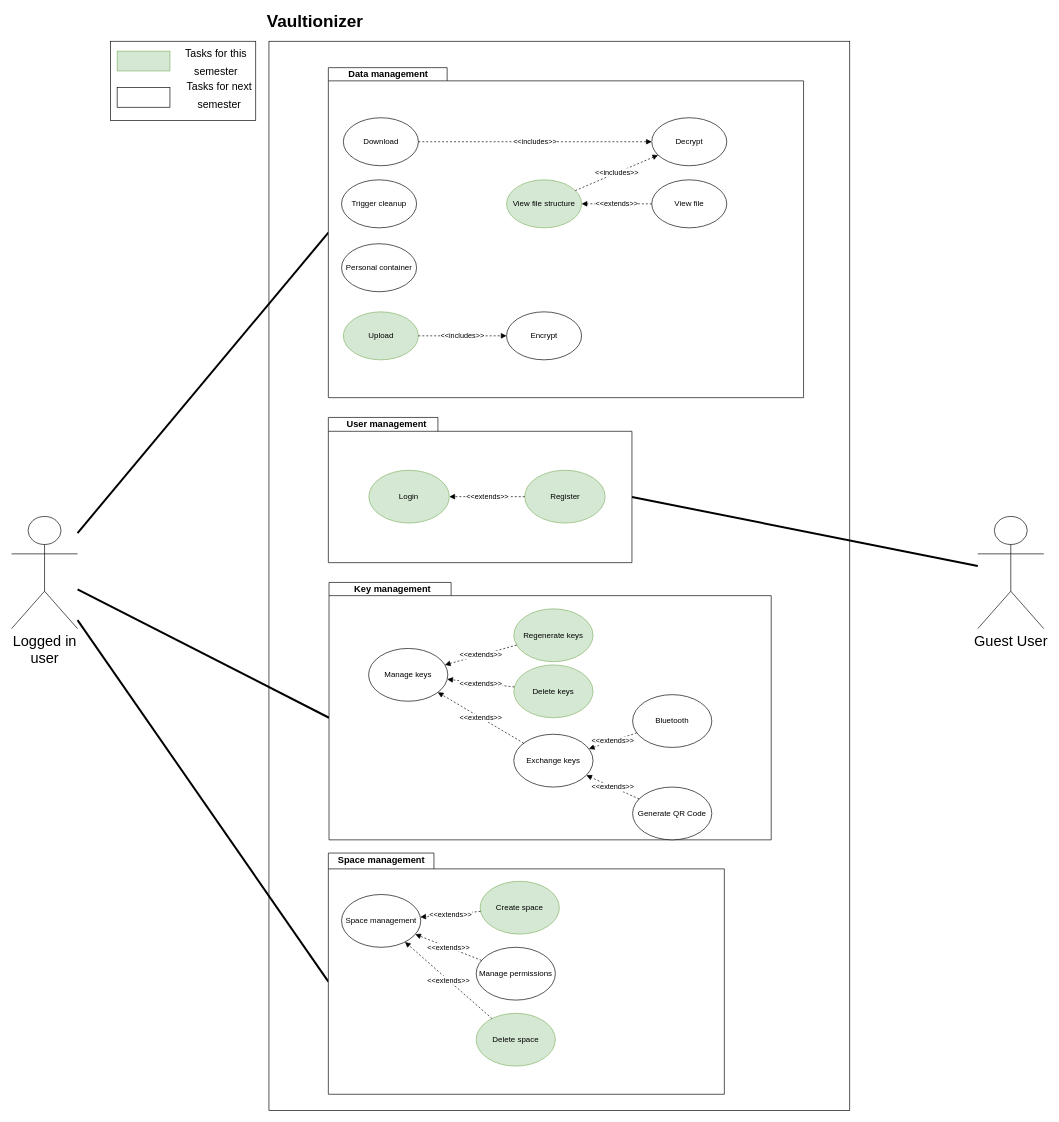
Earlier version of the draw.io diagram img/use_cases/overall_use_case.drawio (Vaultionizer/vault-docs). Source tidied: cells renumbered, new cells numbered last; positions are measured from the earlier drawing's top-left corner, leaving out a move shared by most shapes. Both pictures are drawn from the tidied source at 66%, with x=0, y=0 at pixel (11, 15).
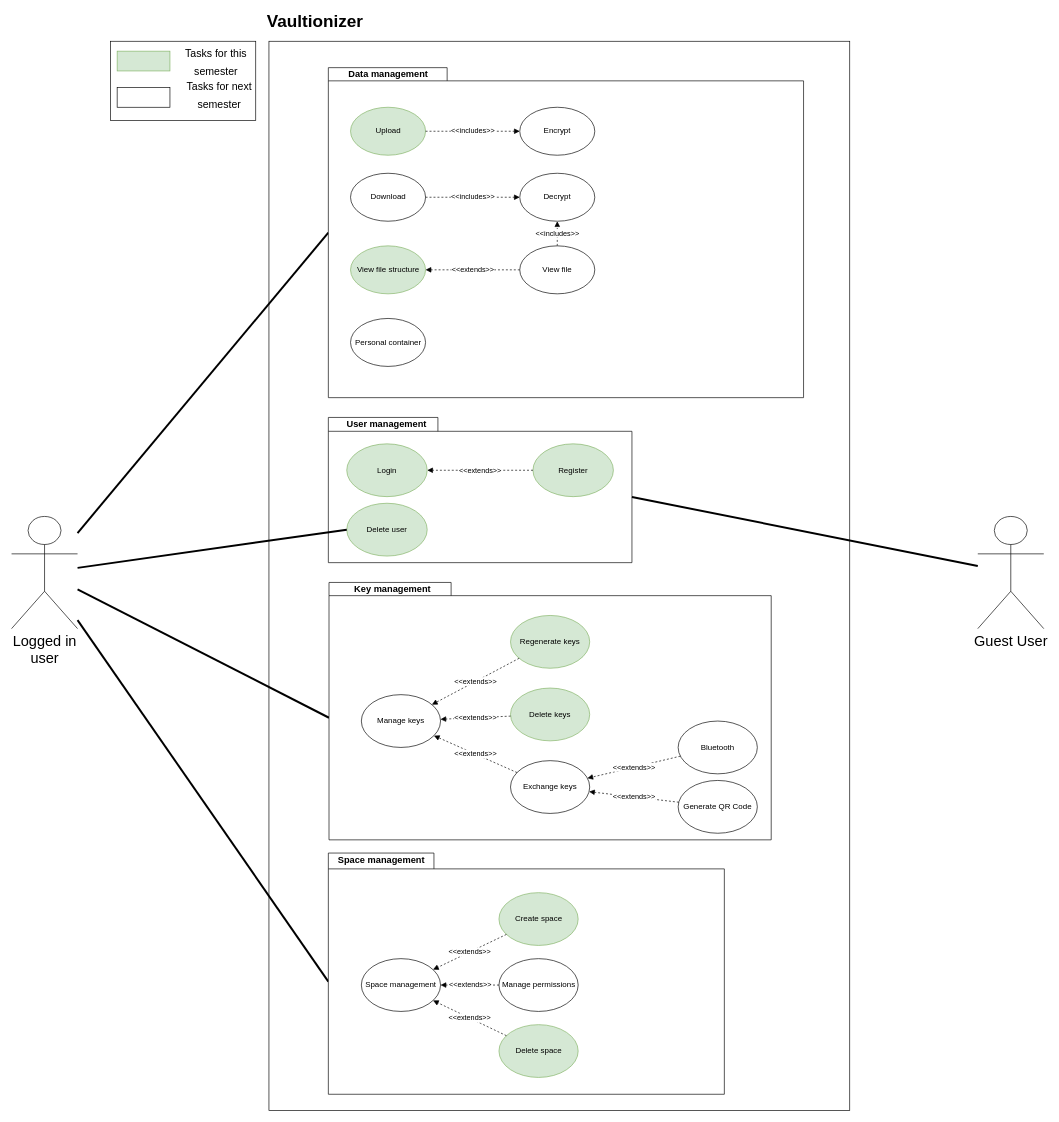
After the change.

Unchanged cells that the change refers to:
```xml
<mxCell id="6" value="&lt;div&gt;Logged in &lt;br&gt;&lt;/div&gt;&lt;div&gt;user&lt;/div&gt;" style="shape=umlActor;verticalLabelPosition=bottom;verticalAlign=top;html=1;outlineConnect=0;fontSize=22;" parent="1" vertex="1">
  <mxGeometry y="760" width="100" height="170" as="geometry" />
</mxCell>
<mxCell id="9" style="group;" parent="7" vertex="1">
  <mxGeometry x="10" y="-10" width="600" height="365.5" as="geometry" />
</mxCell>
<mxCell id="20" style="group;" parent="1" vertex="1">
  <mxGeometry x="481" y="860" width="670" height="390" as="geometry" />
</mxCell>
<mxCell id="34" style="group;" parent="1" vertex="1">
  <mxGeometry x="480" y="610" width="460" height="220" as="geometry" />
</mxCell>
<mxCell id="40" style="group;" parent="1" vertex="1">
  <mxGeometry x="480" y="80" width="720" height="500" as="geometry" />
</mxCell>
```

Diff of the diagram source:
```diff
@@
     <mxCell id="11" value="Space management" style="ellipse;whiteSpace=wrap;html=1;" parent="9" vertex="1">
-      <mxGeometry x="20" y="62.8" width="120" height="80" as="geometry" />
+      <mxGeometry x="50" y="160" width="120" height="80" as="geometry" />
     </mxCell>
     <mxCell id="12" value="Create space" style="ellipse;whiteSpace=wrap;html=1;fillColor=#d5e8d4;strokeColor=#82b366;" parent="9" vertex="1">
-      <mxGeometry x="230" y="42.8" width="120" height="80" as="geometry" />
+      <mxGeometry x="258.5" y="60" width="120" height="80" as="geometry" />
     </mxCell>
@@
     <mxCell id="14" value="Manage permissions" style="ellipse;whiteSpace=wrap;html=1;" parent="9" vertex="1">
-      <mxGeometry x="224" y="142.8" width="120" height="80" as="geometry" />
+      <mxGeometry x="258.5" y="160" width="120" height="80" as="geometry" />
     </mxCell>
     <mxCell id="15" value="Delete space" style="ellipse;whiteSpace=wrap;html=1;fillColor=#d5e8d4;strokeColor=#82b366;" parent="9" vertex="1">
-      <mxGeometry x="224" y="242.8" width="120" height="80" as="geometry" />
+      <mxGeometry x="258.5" y="260" width="120" height="80" as="geometry" />
     </mxCell>
@@
     <mxCell id="22" value="Manage keys" style="ellipse;whiteSpace=wrap;html=1;" parent="20" vertex="1">
-      <mxGeometry x="60" y="100" width="120" height="80" as="geometry" />
+      <mxGeometry x="49" y="170" width="120" height="80" as="geometry" />
     </mxCell>
     <mxCell id="23" value="Regenerate keys" style="ellipse;whiteSpace=wrap;html=1;fillColor=#d5e8d4;strokeColor=#82b366;" parent="20" vertex="1">
-      <mxGeometry x="280" y="40" width="120" height="80" as="geometry" />
+      <mxGeometry x="275" y="50" width="120" height="80" as="geometry" />
     </mxCell>
     <mxCell id="24" value="Delete keys" style="ellipse;whiteSpace=wrap;html=1;fillColor=#d5e8d4;strokeColor=#82b366;" parent="20" vertex="1">
-      <mxGeometry x="280" y="125" width="120" height="80" as="geometry" />
+      <mxGeometry x="275" y="160" width="120" height="80" as="geometry" />
     </mxCell>
@@
     <mxCell id="27" value="Exchange keys" style="ellipse;whiteSpace=wrap;html=1;" parent="20" vertex="1">
-      <mxGeometry x="280" y="230" width="120" height="80" as="geometry" />
+      <mxGeometry x="275" y="270" width="120" height="80" as="geometry" />
     </mxCell>
     <mxCell id="28" value="Bluetooth" style="ellipse;whiteSpace=wrap;html=1;" parent="20" vertex="1">
-      <mxGeometry x="460" y="170" width="120" height="80" as="geometry" />
+      <mxGeometry x="529" y="210" width="120" height="80" as="geometry" />
     </mxCell>
     <mxCell id="29" value="Generate QR Code" style="ellipse;whiteSpace=wrap;html=1;" parent="20" vertex="1">
-      <mxGeometry x="460" y="310" width="120" height="80" as="geometry" />
+      <mxGeometry x="529" y="300" width="120" height="80" as="geometry" />
     </mxCell>
@@
     <mxCell id="36" value="Login" style="ellipse;whiteSpace=wrap;html=1;fillColor=#d5e8d4;strokeColor=#82b366;" parent="34" vertex="1">
-      <mxGeometry x="61.4" y="80" width="121.9" height="80" as="geometry" />
+      <mxGeometry x="27.9" y="40" width="121.9" height="80" as="geometry" />
     </mxCell>
     <mxCell id="37" value="Register" style="ellipse;whiteSpace=wrap;html=1;fillColor=#d5e8d4;strokeColor=#82b366;" parent="34" vertex="1">
-      <mxGeometry x="297.5" y="80" width="121.9" height="80" as="geometry" />
+      <mxGeometry x="310" y="40" width="121.9" height="80" as="geometry" />
     </mxCell>
@@
+    <mxCell id="65" value="Delete user" style="ellipse;whiteSpace=wrap;html=1;fillColor=#d5e8d4;strokeColor=#82b366;" parent="34" vertex="1">
+      <mxGeometry x="27.9" y="130" width="121.9" height="80" as="geometry" />
+    </mxCell>
@@
     <mxCell id="42" value="Upload" style="ellipse;whiteSpace=wrap;html=1;fillColor=#d5e8d4;strokeColor=#82b366;" parent="40" vertex="1">
-      <mxGeometry x="22.7" y="370" width="113.7" height="72.7" as="geometry" />
+      <mxGeometry x="33.6" y="60" width="113.7" height="72.7" as="geometry" />
     </mxCell>
     <mxCell id="43" value="Encrypt " style="ellipse;whiteSpace=wrap;html=1;" parent="40" vertex="1">
-      <mxGeometry x="270" y="370" width="113.7" height="72.7" as="geometry" />
+      <mxGeometry x="290" y="60" width="113.7" height="72.7" as="geometry" />
     </mxCell>
@@
     <mxCell id="45" value="&lt;div&gt;Download&lt;br&gt;&lt;/div&gt;" style="ellipse;whiteSpace=wrap;html=1;" parent="40" vertex="1">
-      <mxGeometry x="22.7" y="75.9" width="113.7" height="72.7" as="geometry" />
+      <mxGeometry x="33.6" y="160" width="113.7" height="72.7" as="geometry" />
     </mxCell>
     <mxCell id="46" value="Decrypt" style="ellipse;whiteSpace=wrap;html=1;" parent="40" vertex="1">
-      <mxGeometry x="490" y="75.9" width="113.7" height="72.7" as="geometry" />
+      <mxGeometry x="290" y="160" width="113.7" height="72.7" as="geometry" />
     </mxCell>
     <mxCell id="47" value="Personal container" style="ellipse;whiteSpace=wrap;html=1;" parent="40" vertex="1">
-      <mxGeometry x="20" y="266.8" width="113.7" height="72.7" as="geometry" />
+      <mxGeometry x="33.6" y="380" width="113.7" height="72.7" as="geometry" />
     </mxCell>
@@
     <mxCell id="49" value="View file structure" style="ellipse;whiteSpace=wrap;html=1;fillColor=#d5e8d4;strokeColor=#82b366;" parent="40" vertex="1">
-      <mxGeometry x="270" y="170" width="113.7" height="72.7" as="geometry" />
+      <mxGeometry x="33.6" y="270" width="113.7" height="72.7" as="geometry" />
     </mxCell>
-    <mxCell id="50" value="&amp;lt;&amp;lt;includes&amp;gt;&amp;gt;" style="edgeStyle=none;rounded=0;jettySize=auto;html=1;dashed=1;endArrow=block;endFill=1;" parent="40" edge="1" source="49" target="46">
+    <mxCell id="50" value="&amp;lt;&amp;lt;includes&amp;gt;&amp;gt;" style="edgeStyle=none;rounded=0;jettySize=auto;html=1;dashed=1;endArrow=block;endFill=1;" parent="40" edge="1" source="54" target="46">
       <mxGeometry x="9.5" as="geometry" />
     </mxCell>
@@
-    <mxCell id="52" value="Trigger cleanup" style="ellipse;whiteSpace=wrap;html=1;" parent="40" vertex="1">
-      <mxGeometry x="20" y="170" width="113.7" height="72.7" as="geometry" />
-    </mxCell>
@@
     <mxCell id="54" value="View file" style="ellipse;whiteSpace=wrap;html=1;" parent="40" vertex="1">
-      <mxGeometry x="490" y="170" width="113.7" height="72.7" as="geometry" />
+      <mxGeometry x="290" y="270" width="113.7" height="72.7" as="geometry" />
     </mxCell>
@@
+    <mxCell id="66" style="edgeStyle=none;rounded=0;jettySize=auto;html=1;entryX=0;entryY=0.5;entryDx=0;entryDy=0;endArrow=none;endFill=0;strokeWidth=3;" parent="1" edge="1" source="6" target="65">
+      <mxGeometry relative="1" as="geometry" />
+    </mxCell>
```
